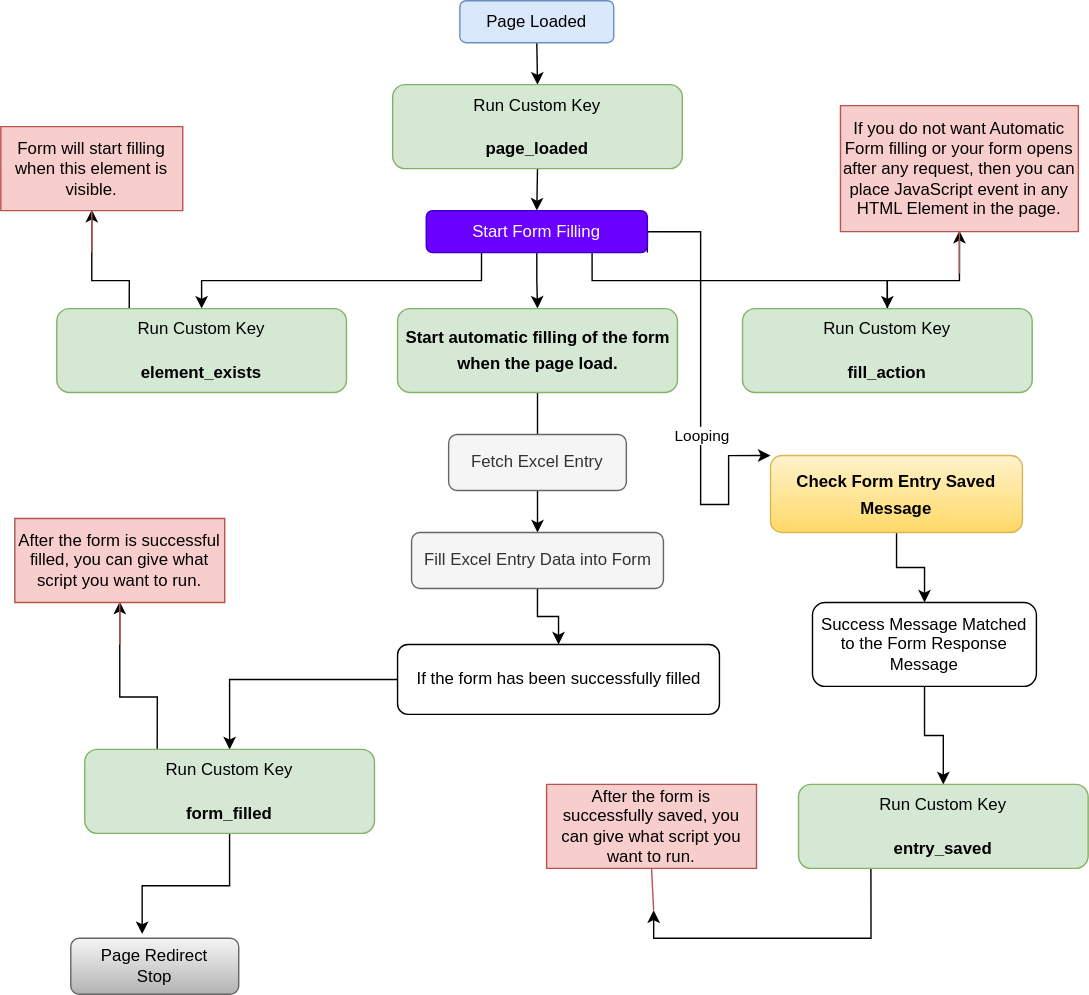
Above: flowchart.svg in ctechhindi/Fill-Excel-Data-on-HTML-Form (draw.io), before the change. Source tidied: cells renumbered, new cells last; positions are measured from the earlier drawing's top-left corner, leaving out a move shared by most shapes. Its diagram source:
```xml
<mxGraphModel background="#ffffff">
  <root>
    <mxCell id="0" />
    <mxCell id="1" parent="0" />
    <mxCell id="2" style="edgeStyle=orthogonalEdgeStyle;rounded=0;jettySize=auto;html=1;exitX=0.5;exitY=1;exitDx=0;exitDy=0;entryX=0.5;entryY=0;entryDx=0;entryDy=0;" parent="1" edge="1" source="3" target="5">
      <mxGeometry relative="1" as="geometry" />
    </mxCell>
    <mxCell id="3" value="Page Loaded" style="rounded=1;whiteSpace=wrap;html=1;fillColor=#dae8fc;strokeColor=#6c8ebf;" parent="1" vertex="1">
      <mxGeometry x="328" width="110" height="30" as="geometry" />
    </mxCell>
    <mxCell id="4" style="edgeStyle=orthogonalEdgeStyle;rounded=0;jettySize=auto;html=1;exitX=0.5;exitY=1;exitDx=0;exitDy=0;entryX=0.5;entryY=0;entryDx=0;entryDy=0;" parent="1" edge="1" source="5" target="11">
      <mxGeometry relative="1" as="geometry" />
    </mxCell>
    <mxCell id="5" value="&lt;p style=&quot;font-size: 12px ; line-height: 19px&quot;&gt;Run Custom Key&lt;/p&gt;&lt;p style=&quot;font-size: 12px ; line-height: 19px&quot;&gt;&lt;b&gt;page_loaded&lt;/b&gt;&lt;/p&gt;" style="rounded=1;whiteSpace=wrap;html=1;fontSize=12;fillColor=#d5e8d4;strokeColor=#82b366;" parent="1" vertex="1">
      <mxGeometry x="280" y="60" width="207" height="60" as="geometry" />
    </mxCell>
    <mxCell id="6" style="edgeStyle=orthogonalEdgeStyle;rounded=0;jettySize=auto;html=1;exitX=0.25;exitY=1;exitDx=0;exitDy=0;entryX=0.5;entryY=0;entryDx=0;entryDy=0;fontSize=12;" parent="1" edge="1" source="11" target="13">
      <mxGeometry relative="1" as="geometry" />
    </mxCell>
    <mxCell id="7" style="edgeStyle=orthogonalEdgeStyle;rounded=0;jettySize=auto;html=1;exitX=0.75;exitY=1;exitDx=0;exitDy=0;entryX=0.5;entryY=0;entryDx=0;entryDy=0;fontSize=12;" parent="1" edge="1" source="11" target="16">
      <mxGeometry relative="1" as="geometry" />
    </mxCell>
    <mxCell id="8" style="edgeStyle=orthogonalEdgeStyle;rounded=0;jettySize=auto;html=1;exitX=0.5;exitY=1;exitDx=0;exitDy=0;entryX=0.5;entryY=0;entryDx=0;entryDy=0;fontSize=12;" parent="1" edge="1" source="11" target="19">
      <mxGeometry relative="1" as="geometry" />
    </mxCell>
    <mxCell id="9" style="edgeStyle=orthogonalEdgeStyle;rounded=0;jettySize=auto;html=1;exitX=1;exitY=1;exitDx=0;exitDy=0;entryX=0;entryY=0;entryDx=0;entryDy=0;" parent="1" edge="1" source="11" target="31">
      <mxGeometry relative="1" as="geometry">
        <Array as="points">
          <mxPoint x="462" y="165" />
          <mxPoint x="500" y="165" />
          <mxPoint x="500" y="360" />
          <mxPoint x="520" y="360" />
          <mxPoint x="520" y="325" />
        </Array>
      </mxGeometry>
    </mxCell>
    <mxCell id="10" value="Looping" style="edgeLabel;html=1;align=center;verticalAlign=middle;" parent="9" vertex="1">
      <mxGeometry x="0.19" relative="1" as="geometry">
        <mxPoint y="-1" as="offset" />
      </mxGeometry>
    </mxCell>
    <mxCell id="11" value="&lt;p&gt;Start Form Filling&lt;/p&gt;" style="rounded=1;whiteSpace=wrap;html=1;strokeColor=#3700CC;fillColor=#6a00ff;fontSize=12;fontColor=#ffffff;" parent="1" vertex="1">
      <mxGeometry x="304" y="150" width="158" height="30" as="geometry" />
    </mxCell>
    <mxCell id="12" style="edgeStyle=orthogonalEdgeStyle;rounded=0;jettySize=auto;html=1;exitX=0.25;exitY=0;exitDx=0;exitDy=0;fontSize=12;" parent="1" edge="1" source="13" target="14">
      <mxGeometry relative="1" as="geometry" />
    </mxCell>
    <mxCell id="13" value="&lt;p style=&quot;font-size: 12px ; line-height: 19px&quot;&gt;Run Custom Key&lt;/p&gt;&lt;p style=&quot;line-height: 19px&quot;&gt;&lt;b&gt;element_exists&lt;/b&gt;&lt;br&gt;&lt;/p&gt;" style="rounded=1;whiteSpace=wrap;html=1;fontSize=12;fillColor=#d5e8d4;strokeColor=#82b366;" parent="1" vertex="1">
      <mxGeometry x="40" y="220" width="207" height="60" as="geometry" />
    </mxCell>
    <mxCell id="14" value="Form will start filling when this element is visible." style="shape=callout;whiteSpace=wrap;html=1;perimeter=calloutPerimeter;strokeColor=#b85450;fillColor=#f8cecc;fontSize=12;base=0;" parent="1" vertex="1">
      <mxGeometry y="90" width="130" height="90" as="geometry" />
    </mxCell>
    <mxCell id="15" style="edgeStyle=orthogonalEdgeStyle;rounded=0;jettySize=auto;html=1;exitX=0.5;exitY=0;exitDx=0;exitDy=0;fontSize=12;" parent="1" edge="1" source="16" target="17">
      <mxGeometry relative="1" as="geometry" />
    </mxCell>
    <mxCell id="16" value="&lt;p style=&quot;font-size: 12px ; line-height: 19px&quot;&gt;Run Custom Key&lt;/p&gt;&lt;p style=&quot;line-height: 19px&quot;&gt;&lt;b&gt;fill_action&lt;/b&gt;&lt;br&gt;&lt;/p&gt;" style="rounded=1;whiteSpace=wrap;html=1;fontSize=12;fillColor=#d5e8d4;strokeColor=#82b366;" parent="1" vertex="1">
      <mxGeometry x="530" y="220" width="207" height="60" as="geometry" />
    </mxCell>
    <mxCell id="17" value="If you do not want Automatic Form filling or your form opens after any request, then you can place JavaScript event in any HTML Element in the page." style="shape=callout;whiteSpace=wrap;html=1;perimeter=calloutPerimeter;strokeColor=#b85450;fillColor=#f8cecc;fontSize=12;base=0;" parent="1" vertex="1">
      <mxGeometry x="600" y="75" width="170" height="120" as="geometry" />
    </mxCell>
    <mxCell id="18" style="edgeStyle=orthogonalEdgeStyle;rounded=0;jettySize=auto;html=1;" parent="1" edge="1" source="19" target="22">
      <mxGeometry relative="1" as="geometry" />
    </mxCell>
    <mxCell id="19" value="&lt;p style=&quot;font-size: 12px ; line-height: 19px&quot;&gt;Start automatic filling of the form when the page load.&lt;/p&gt;" style="rounded=1;whiteSpace=wrap;html=1;fontSize=12;fillColor=#d5e8d4;strokeColor=#82b366;fontStyle=1;" parent="1" vertex="1">
      <mxGeometry x="283.5" y="220" width="200" height="60" as="geometry" />
    </mxCell>
    <mxCell id="20" value="Fetch Excel Entry" style="rounded=1;whiteSpace=wrap;html=1;fillColor=#f5f5f5;strokeColor=#666666;fontColor=#333333;" parent="1" vertex="1">
      <mxGeometry x="320" y="310" width="127" height="40" as="geometry" />
    </mxCell>
    <mxCell id="21" style="edgeStyle=orthogonalEdgeStyle;rounded=0;jettySize=auto;html=1;" parent="1" edge="1" source="22" target="24">
      <mxGeometry relative="1" as="geometry" />
    </mxCell>
    <mxCell id="22" value="Fill Excel Entry Data into Form" style="rounded=1;whiteSpace=wrap;html=1;fillColor=#f5f5f5;strokeColor=#666666;fontColor=#333333;" parent="1" vertex="1">
      <mxGeometry x="293.5" y="380" width="180" height="40" as="geometry" />
    </mxCell>
    <mxCell id="23" style="edgeStyle=orthogonalEdgeStyle;rounded=0;jettySize=auto;html=1;entryX=0.5;entryY=0;entryDx=0;entryDy=0;" parent="1" edge="1" source="24" target="27">
      <mxGeometry relative="1" as="geometry" />
    </mxCell>
    <mxCell id="24" value="If the form has been successfully filled" style="rounded=1;whiteSpace=wrap;html=1;" parent="1" vertex="1">
      <mxGeometry x="283.5" y="460" width="230" height="50" as="geometry" />
    </mxCell>
    <mxCell id="25" style="edgeStyle=orthogonalEdgeStyle;rounded=0;jettySize=auto;html=1;exitX=0.25;exitY=0;exitDx=0;exitDy=0;" parent="1" edge="1" source="27" target="28">
      <mxGeometry relative="1" as="geometry" />
    </mxCell>
    <mxCell id="26" style="edgeStyle=orthogonalEdgeStyle;rounded=0;jettySize=auto;html=1;entryX=0.425;entryY=-0.075;entryDx=0;entryDy=0;entryPerimeter=0;" parent="1" edge="1" source="27" target="29">
      <mxGeometry relative="1" as="geometry" />
    </mxCell>
    <mxCell id="27" value="&lt;p style=&quot;font-size: 12px ; line-height: 19px&quot;&gt;Run Custom Key&lt;/p&gt;&lt;p style=&quot;line-height: 19px&quot;&gt;&lt;b&gt;form_filled&lt;/b&gt;&lt;br&gt;&lt;/p&gt;" style="rounded=1;whiteSpace=wrap;html=1;fontSize=12;fillColor=#d5e8d4;strokeColor=#82b366;" parent="1" vertex="1">
      <mxGeometry x="60" y="535" width="207" height="60" as="geometry" />
    </mxCell>
    <mxCell id="28" value="After the form is successful filled, you can give what script you want to run." style="shape=callout;whiteSpace=wrap;html=1;perimeter=calloutPerimeter;strokeColor=#b85450;fillColor=#f8cecc;fontSize=12;base=0;" parent="1" vertex="1">
      <mxGeometry x="10" y="370" width="150" height="90" as="geometry" />
    </mxCell>
    <mxCell id="29" value="Page Redirect&lt;br&gt;Stop" style="rounded=1;whiteSpace=wrap;html=1;gradientColor=#b3b3b3;fillColor=#f5f5f5;strokeColor=#666666;" parent="1" vertex="1">
      <mxGeometry x="50" y="670" width="120" height="40" as="geometry" />
    </mxCell>
    <mxCell id="30" style="edgeStyle=orthogonalEdgeStyle;rounded=0;jettySize=auto;html=1;" parent="1" edge="1" source="31" target="33">
      <mxGeometry relative="1" as="geometry" />
    </mxCell>
    <mxCell id="31" value="&lt;p style=&quot;line-height: 19px&quot;&gt;Check Form Entry Saved Message&lt;br&gt;&lt;/p&gt;" style="rounded=1;whiteSpace=wrap;html=1;fontSize=12;fillColor=#fff2cc;strokeColor=#d6b656;gradientColor=#ffd966;fontStyle=1;" parent="1" vertex="1">
      <mxGeometry x="550" y="325" width="180" height="55" as="geometry" />
    </mxCell>
    <mxCell id="32" style="edgeStyle=orthogonalEdgeStyle;rounded=0;jettySize=auto;html=1;" parent="1" edge="1" source="33" target="35">
      <mxGeometry relative="1" as="geometry" />
    </mxCell>
    <mxCell id="33" value="Success Message Matched to the Form Response Message" style="rounded=1;whiteSpace=wrap;html=1;" parent="1" vertex="1">
      <mxGeometry x="580" y="430" width="160" height="60" as="geometry" />
    </mxCell>
    <mxCell id="34" style="edgeStyle=orthogonalEdgeStyle;rounded=0;jettySize=auto;html=1;exitX=0.25;exitY=1;exitDx=0;exitDy=0;entryX=0;entryY=0;entryDx=76.5;entryDy=90;entryPerimeter=0;" parent="1" edge="1" source="35" target="36">
      <mxGeometry relative="1" as="geometry" />
    </mxCell>
    <mxCell id="35" value="&lt;p style=&quot;font-size: 12px ; line-height: 19px&quot;&gt;Run Custom Key&lt;/p&gt;&lt;p style=&quot;line-height: 19px&quot;&gt;&lt;b&gt;entry_saved&lt;/b&gt;&lt;br&gt;&lt;/p&gt;" style="rounded=1;whiteSpace=wrap;html=1;fontSize=12;fillColor=#d5e8d4;strokeColor=#82b366;" parent="1" vertex="1">
      <mxGeometry x="570" y="560" width="207" height="60" as="geometry" />
    </mxCell>
    <mxCell id="36" value="After the form is successfully saved, you can give what script you want to run." style="shape=callout;whiteSpace=wrap;html=1;perimeter=calloutPerimeter;strokeColor=#b85450;fillColor=#f8cecc;fontSize=12;base=0;position2=0.51;" parent="1" vertex="1">
      <mxGeometry x="390" y="560" width="150" height="90" as="geometry" />
    </mxCell>
  </root>
</mxGraphModel>
```
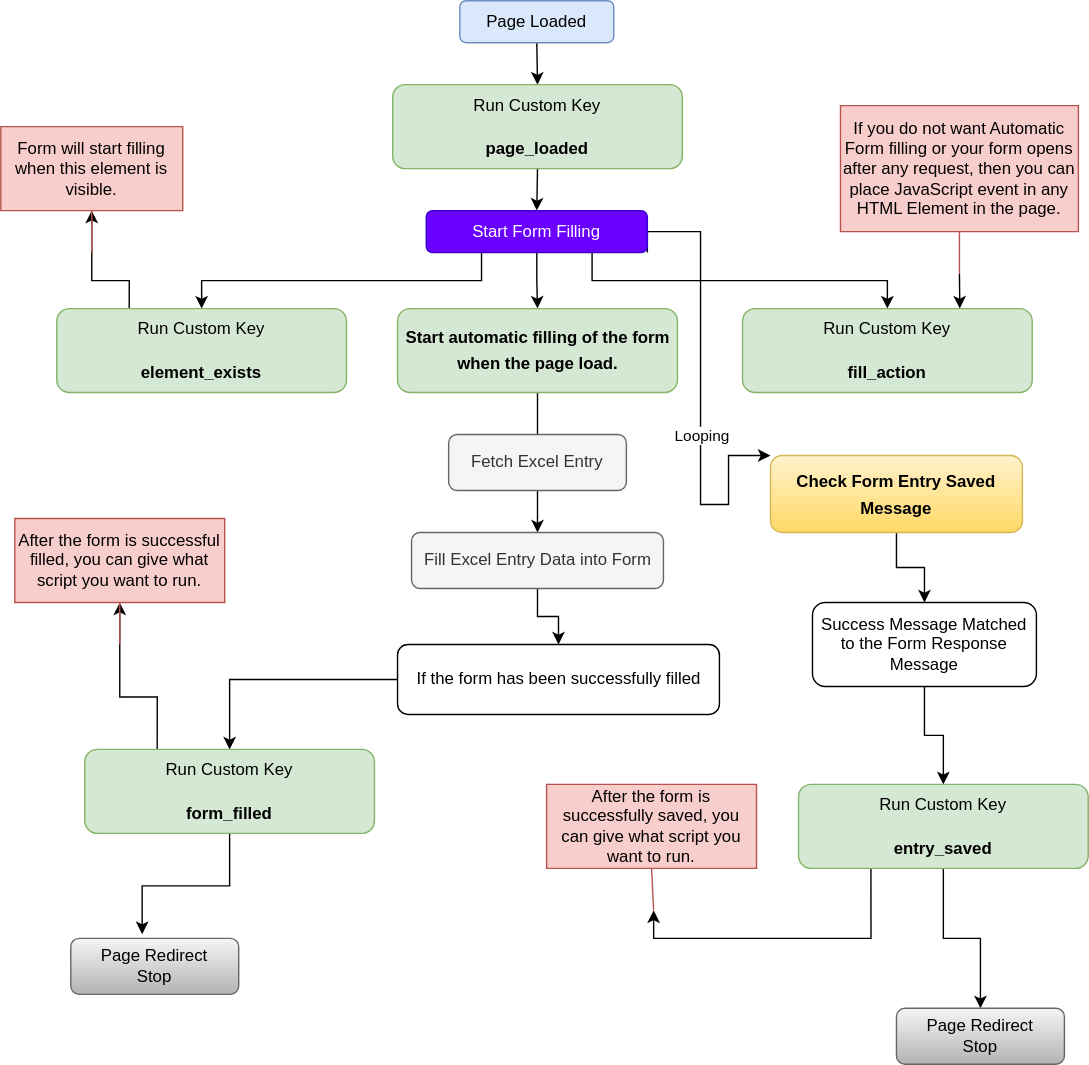
Later version of the same file.

Change to the diagram source:
```diff
@@ -51,12 +51,12 @@
     <mxCell id="14" value="Form will start filling when this element is visible." style="shape=callout;whiteSpace=wrap;html=1;perimeter=calloutPerimeter;strokeColor=#b85450;fillColor=#f8cecc;fontSize=12;base=0;" parent="1" vertex="1">
       <mxGeometry y="90" width="130" height="90" as="geometry" />
     </mxCell>
-    <mxCell id="15" style="edgeStyle=orthogonalEdgeStyle;rounded=0;jettySize=auto;html=1;exitX=0.5;exitY=0;exitDx=0;exitDy=0;fontSize=12;" parent="1" edge="1" source="16" target="17">
-      <mxGeometry relative="1" as="geometry" />
-    </mxCell>
     <mxCell id="16" value="&lt;p style=&quot;font-size: 12px ; line-height: 19px&quot;&gt;Run Custom Key&lt;/p&gt;&lt;p style=&quot;line-height: 19px&quot;&gt;&lt;b&gt;fill_action&lt;/b&gt;&lt;br&gt;&lt;/p&gt;" style="rounded=1;whiteSpace=wrap;html=1;fontSize=12;fillColor=#d5e8d4;strokeColor=#82b366;" parent="1" vertex="1">
       <mxGeometry x="530" y="220" width="207" height="60" as="geometry" />
     </mxCell>
+    <mxCell id="37" style="edgeStyle=orthogonalEdgeStyle;rounded=0;jettySize=auto;html=1;exitX=0;exitY=0;exitDx=85;exitDy=120;exitPerimeter=0;entryX=0.75;entryY=0;entryDx=0;entryDy=0;" parent="1" edge="1" source="17" target="16">
+      <mxGeometry relative="1" as="geometry" />
+    </mxCell>
     <mxCell id="17" value="If you do not want Automatic Form filling or your form opens after any request, then you can place JavaScript event in any HTML Element in the page." style="shape=callout;whiteSpace=wrap;html=1;perimeter=calloutPerimeter;strokeColor=#b85450;fillColor=#f8cecc;fontSize=12;base=0;" parent="1" vertex="1">
       <mxGeometry x="600" y="75" width="170" height="120" as="geometry" />
     </mxCell>
@@ -111,11 +111,17 @@
     <mxCell id="34" style="edgeStyle=orthogonalEdgeStyle;rounded=0;jettySize=auto;html=1;exitX=0.25;exitY=1;exitDx=0;exitDy=0;entryX=0;entryY=0;entryDx=76.5;entryDy=90;entryPerimeter=0;" parent="1" edge="1" source="35" target="36">
       <mxGeometry relative="1" as="geometry" />
     </mxCell>
+    <mxCell id="38" style="edgeStyle=orthogonalEdgeStyle;rounded=0;jettySize=auto;html=1;entryX=0.5;entryY=0;entryDx=0;entryDy=0;" parent="1" edge="1" source="35" target="39">
+      <mxGeometry relative="1" as="geometry" />
+    </mxCell>
     <mxCell id="35" value="&lt;p style=&quot;font-size: 12px ; line-height: 19px&quot;&gt;Run Custom Key&lt;/p&gt;&lt;p style=&quot;line-height: 19px&quot;&gt;&lt;b&gt;entry_saved&lt;/b&gt;&lt;br&gt;&lt;/p&gt;" style="rounded=1;whiteSpace=wrap;html=1;fontSize=12;fillColor=#d5e8d4;strokeColor=#82b366;" parent="1" vertex="1">
       <mxGeometry x="570" y="560" width="207" height="60" as="geometry" />
     </mxCell>
     <mxCell id="36" value="After the form is successfully saved, you can give what script you want to run." style="shape=callout;whiteSpace=wrap;html=1;perimeter=calloutPerimeter;strokeColor=#b85450;fillColor=#f8cecc;fontSize=12;base=0;position2=0.51;" parent="1" vertex="1">
       <mxGeometry x="390" y="560" width="150" height="90" as="geometry" />
     </mxCell>
+    <mxCell id="39" value="Page Redirect&lt;br&gt;Stop" style="rounded=1;whiteSpace=wrap;html=1;gradientColor=#b3b3b3;fillColor=#f5f5f5;strokeColor=#666666;" parent="1" vertex="1">
+      <mxGeometry x="640" y="720" width="120" height="40" as="geometry" />
+    </mxCell>
   </root>
 </mxGraphModel>
```
